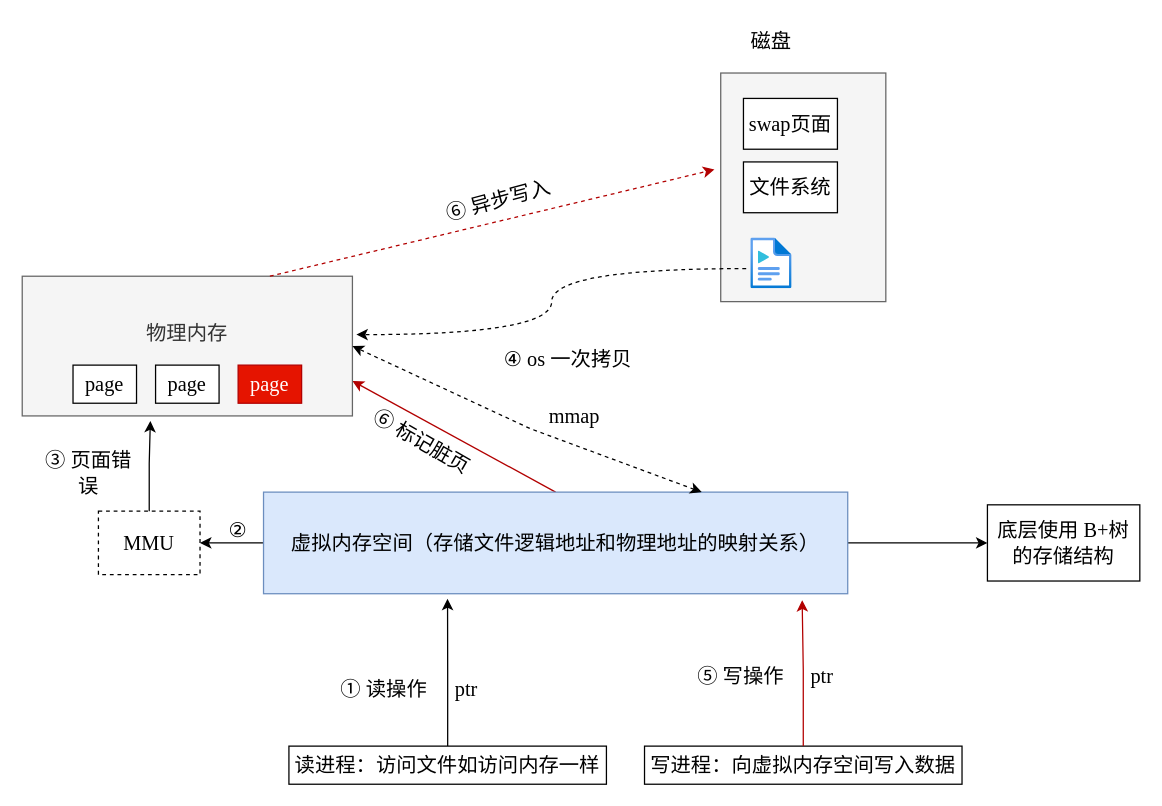
This is page "LMDB的mmap" (2 of 4) of LMDB.drawio from chuchugao2/graph, a draw.io file, before an edit. Source tidied: cells renumbered, new cells numbered last; positions are measured from the earlier drawing's top-left corner, leaving out a move shared by most shapes. Both pictures are drawn from the tidied source at 127%, with x=0, y=0 at pixel (22, 22).
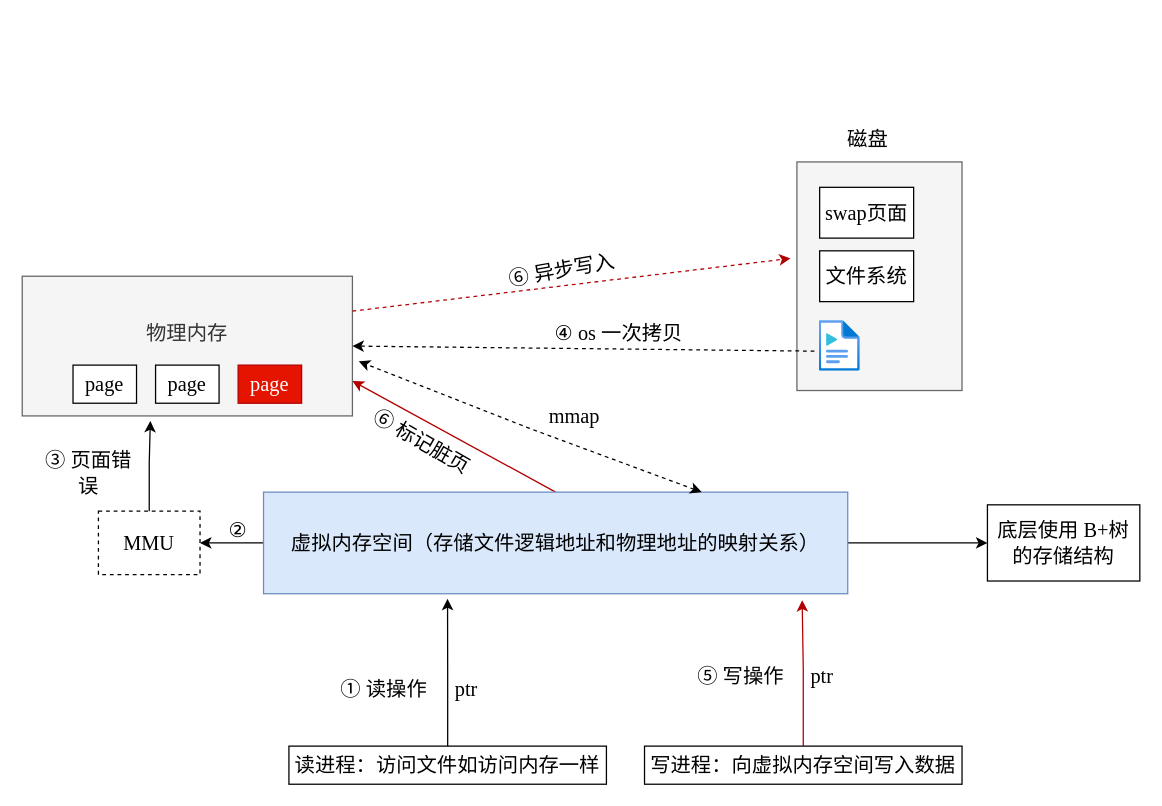
After the change.

Unchanged cells that the change refers to:
```xml
<mxCell id="10" value="虚拟内存空间（存储文件逻辑地址和物理地址的映射关系）" style="rounded=0;whiteSpace=wrap;html=1;fontFamily=Times New Roman;fontSize=16;fillColor=#dae8fc;strokeColor=#6c8ebf;" parent="1" vertex="1">
  <mxGeometry x="190" y="370" width="460" height="80" as="geometry" />
</mxCell>
<mxCell id="12" value="物理内存&lt;br style=&quot;font-size: 16px;&quot;&gt;&lt;br style=&quot;font-size: 16px;&quot;&gt;" style="rounded=0;whiteSpace=wrap;html=1;fontFamily=Times New Roman;fontSize=16;fillColor=#f5f5f5;fontColor=#333333;strokeColor=#666666;" parent="1" vertex="1">
  <mxGeometry y="200" width="260" height="110" as="geometry" />
</mxCell>
```

Diff of the diagram source:
```diff
@@
     <mxCell id="2" style="rounded=0;whiteSpace=wrap;html=1;fillColor=#f5f5f5;fontFamily=Times New Roman;fontSize=16;fontColor=#333333;strokeColor=#666666;" parent="1" vertex="1">
-      <mxGeometry x="550" y="40" width="130" height="180" as="geometry" />
+      <mxGeometry x="610" y="110" width="130" height="180" as="geometry" />
     </mxCell>
     <mxCell id="3" style="image;html=1;points=[];align=center;fontSize=16;image=img/lib/azure2/general/Media_File.svg;fontFamily=Times New Roman;" parent="1" vertex="1">
-      <mxGeometry x="573.8" y="170" width="32.5" height="40" as="geometry" />
+      <mxGeometry x="627.5" y="235" width="32.5" height="40" as="geometry" />
     </mxCell>
     <mxCell id="4" value="swap页面" style="rounded=0;whiteSpace=wrap;html=1;fontFamily=Times New Roman;fontSize=16;" parent="1" vertex="1">
-      <mxGeometry x="567.9" y="60" width="74" height="40" as="geometry" />
+      <mxGeometry x="627.9" y="130" width="74" height="40" as="geometry" />
     </mxCell>
     <mxCell id="5" value="磁盘" style="text;html=1;strokeColor=none;fillColor=none;align=center;verticalAlign=middle;whiteSpace=wrap;rounded=0;fontFamily=Times New Roman;fontSize=16;" parent="1" vertex="1">
-      <mxGeometry x="560" width="60" height="30" as="geometry" />
+      <mxGeometry x="635.9" y="77" width="60" height="30" as="geometry" />
     </mxCell>
     <mxCell id="6" value="文件系统" style="rounded=0;whiteSpace=wrap;html=1;fontFamily=Times New Roman;fontSize=16;" parent="1" vertex="1">
-      <mxGeometry x="567.9" y="110" width="74" height="40" as="geometry" />
+      <mxGeometry x="627.9" y="180" width="74" height="40" as="geometry" />
     </mxCell>
@@
-    <mxCell id="20" style="endArrow=classic;html=1;rounded=0;exitX=-0.115;exitY=0.6;exitDx=0;exitDy=0;exitPerimeter=0;entryX=1.012;entryY=0.418;entryDx=0;entryDy=0;entryPerimeter=0;edgeStyle=orthogonalEdgeStyle;curved=1;dashed=1;fontFamily=Times New Roman;fontSize=16;" parent="1" edge="1" source="3" target="12">
+    <mxCell id="20" style="endArrow=classic;html=1;rounded=0;exitX=-0.115;exitY=0.6;exitDx=0;exitDy=0;exitPerimeter=0;entryX=1;entryY=0.5;entryDx=0;entryDy=0;dashed=1;fontFamily=Times New Roman;fontSize=16;" parent="1" edge="1" source="3" target="12">
       <mxGeometry relative="1" as="geometry" />
     </mxCell>
-    <mxCell id="21" style="endArrow=classic;startArrow=classic;html=1;rounded=0;dashed=1;fontFamily=Times New Roman;fontSize=16;exitX=0.75;exitY=0;exitDx=0;exitDy=0;entryX=1;entryY=0.5;entryDx=0;entryDy=0;" parent="1" edge="1" source="10" target="12">
+    <mxCell id="21" style="endArrow=classic;startArrow=classic;html=1;rounded=0;dashed=1;fontFamily=Times New Roman;fontSize=16;exitX=0.75;exitY=0;exitDx=0;exitDy=0;entryX=1.019;entryY=0.609;entryDx=0;entryDy=0;entryPerimeter=0;" parent="1" edge="1" source="10" target="12">
       <mxGeometry relative="1" as="geometry">
         <Array as="points">
           <mxPoint x="400" y="320" />
         </Array>
       </mxGeometry>
     </mxCell>
@@
-    <mxCell id="25" style="rounded=0;jettySize=auto;html=1;exitX=0.75;exitY=0;exitDx=0;exitDy=0;entryX=-0.038;entryY=0.422;entryDx=0;entryDy=0;entryPerimeter=0;dashed=1;fillColor=#e51400;strokeColor=#B20000;fontFamily=Times New Roman;fontSize=16;" parent="1" edge="1" source="12" target="2">
+    <mxCell id="25" style="rounded=0;jettySize=auto;html=1;exitX=1;exitY=0.25;exitDx=0;exitDy=0;entryX=-0.038;entryY=0.422;entryDx=0;entryDy=0;entryPerimeter=0;dashed=1;fillColor=#e51400;strokeColor=#B20000;fontFamily=Times New Roman;fontSize=16;" parent="1" edge="1" source="12" target="2">
       <mxGeometry relative="1" as="geometry" />
     </mxCell>
-    <mxCell id="26" value="⑥ 异步写入" style="text;html=1;strokeColor=none;fillColor=none;align=center;verticalAlign=middle;whiteSpace=wrap;rounded=0;fontFamily=Times New Roman;fontSize=16;rotation=-15;" parent="1" vertex="1">
-      <mxGeometry x="330" y="135" width="90" height="10" as="geometry" />
+    <mxCell id="26" value="⑥ 异步写入" style="text;html=1;strokeColor=none;fillColor=none;align=center;verticalAlign=middle;whiteSpace=wrap;rounded=0;fontFamily=Times New Roman;fontSize=16;rotation=-10;" parent="1" vertex="1">
+      <mxGeometry x="380" y="190" width="90" height="10" as="geometry" />
     </mxCell>
@@
     <mxCell id="30" value="④ os 一次拷贝" style="text;html=1;strokeColor=none;fillColor=none;align=center;verticalAlign=middle;whiteSpace=wrap;rounded=0;fontFamily=Times New Roman;fontSize=16;" parent="1" vertex="1">
-      <mxGeometry x="330" y="250" width="200" height="30" as="geometry" />
+      <mxGeometry x="370" y="230" width="200" height="30" as="geometry" />
     </mxCell>
```
